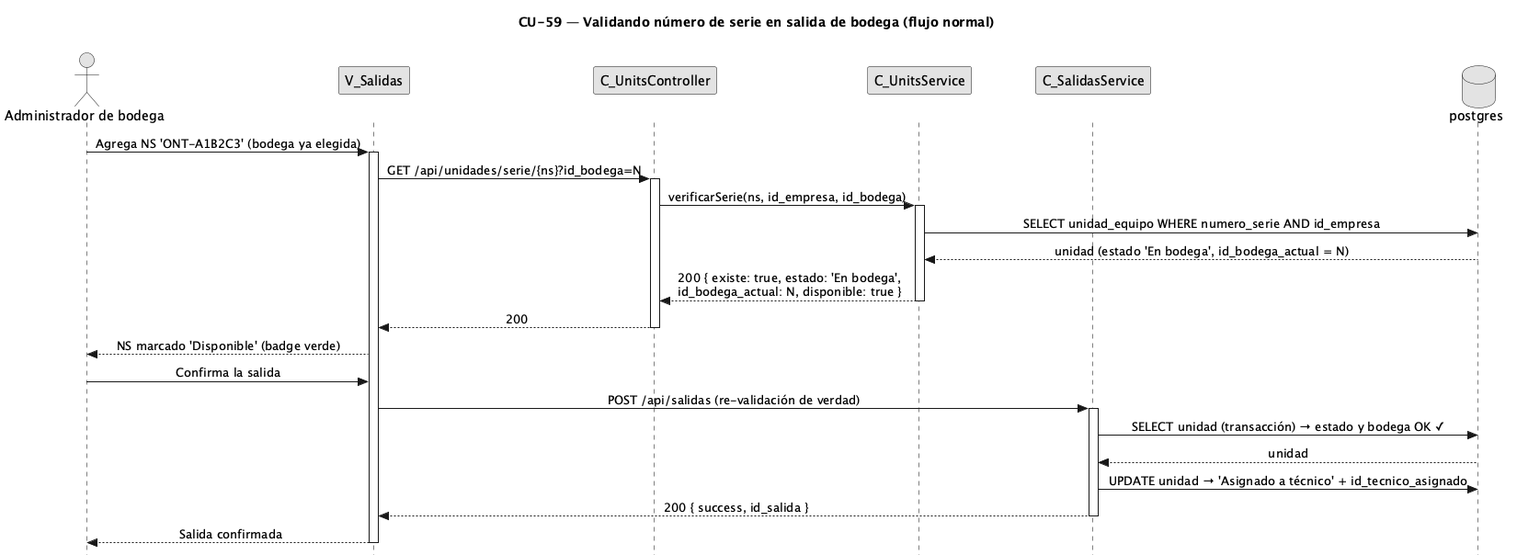
FSM-Finet-y-Cable-Magico/Team_1-Inventario-y-Bodega keeps this PlantUML diagram as diagramas/diagramas-secuencia/CU59/CU59-normal.png. Above is the earlier version. The source it was exported from:
```plantuml
@startuml CU59-normal
title CU-59 — Validando número de serie en salida de bodega (flujo normal)
skinparam style strictuml
skinparam monochrome true
skinparam shadowing false
skinparam sequenceMessageAlign center
<style> sequenceDiagram { participant { Margin 30 } actor { Margin 12 } } </style>
skinparam sequence {
  MessageAlign center
  LifeLineBorderColor black
}
hide footbox

actor "Administrador de bodega" as user
participant "V_Salidas" as view
participant "C_UnitsController" as uctrl
participant "C_UnitsService" as usvc
participant "C_SalidasService" as svc
database "postgres" as db

user -> view : Agrega NS 'ONT-A1B2C3' (bodega ya elegida)
activate view
view -> uctrl : GET /api/unidades/serie/{ns}?id_bodega=N
activate uctrl
uctrl -> usvc : verificarSerie(ns, id_empresa, id_bodega)
activate usvc
usvc -> db : SELECT unidad_equipo WHERE numero_serie AND id_empresa
db --> usvc : unidad (estado 'En bodega', id_bodega_actual = N)
usvc --> uctrl : 200 { existe: true, estado: 'En bodega',\nid_bodega_actual: N, disponible: true }
deactivate usvc
uctrl --> view : 200
deactivate uctrl
view --> user : NS marcado 'Disponible' (badge verde)

user -> view : Confirma la salida
view -> svc : POST /api/salidas (re-validación de verdad)
activate svc
svc -> db : SELECT unidad (transacción) → estado y bodega OK ✓
db --> svc : unidad
svc -> db : UPDATE unidad → 'Asignado a técnico' + id_tecnico_asignado
svc --> view : 200 { success, id_salida }
deactivate svc
view --> user : Salida confirmada
deactivate view
@enduml
```
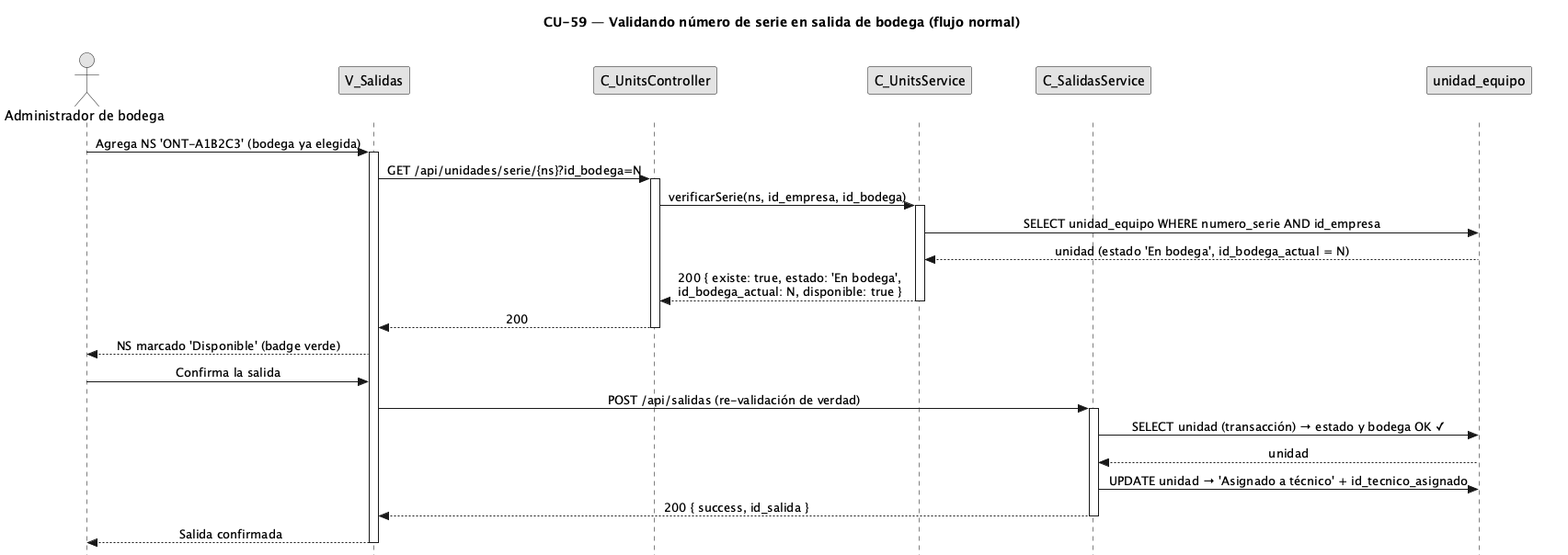
The same diagram one commit later.

The edit, as a diff of the source:
```diff
@@ -16,7 +16,7 @@
 participant "C_UnitsController" as uctrl
 participant "C_UnitsService" as usvc
 participant "C_SalidasService" as svc
-database "postgres" as db
+participant "unidad_equipo" as uent
 
 user -> view : Agrega NS 'ONT-A1B2C3' (bodega ya elegida)
 activate view
@@ -24,8 +24,8 @@
 activate uctrl
 uctrl -> usvc : verificarSerie(ns, id_empresa, id_bodega)
 activate usvc
-usvc -> db : SELECT unidad_equipo WHERE numero_serie AND id_empresa
-db --> usvc : unidad (estado 'En bodega', id_bodega_actual = N)
+usvc -> uent : SELECT unidad_equipo WHERE numero_serie AND id_empresa
+uent --> usvc : unidad (estado 'En bodega', id_bodega_actual = N)
 usvc --> uctrl : 200 { existe: true, estado: 'En bodega',\nid_bodega_actual: N, disponible: true }
 deactivate usvc
 uctrl --> view : 200
@@ -35,9 +35,9 @@
 user -> view : Confirma la salida
 view -> svc : POST /api/salidas (re-validación de verdad)
 activate svc
-svc -> db : SELECT unidad (transacción) → estado y bodega OK ✓
-db --> svc : unidad
-svc -> db : UPDATE unidad → 'Asignado a técnico' + id_tecnico_asignado
+svc -> uent : SELECT unidad (transacción) → estado y bodega OK ✓
+uent --> svc : unidad
+svc -> uent : UPDATE unidad → 'Asignado a técnico' + id_tecnico_asignado
 svc --> view : 200 { success, id_salida }
 deactivate svc
 view --> user : Salida confirmada
```
